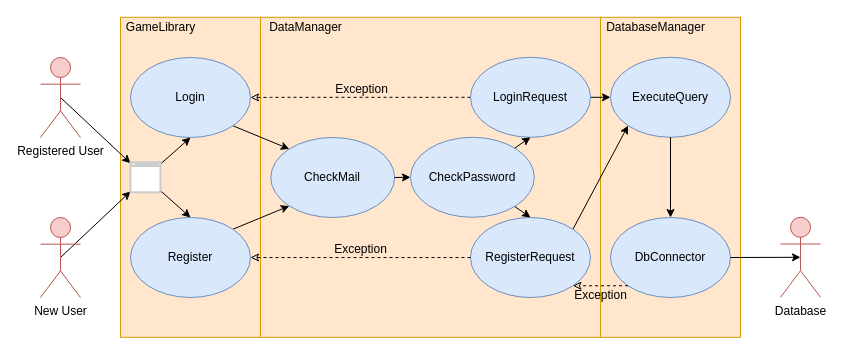
Earlier version of the draw.io diagram page "Login/Register" (1 of 4) of Documentation/Diagrams/SP3_UMLDiagrams.drawio (LouisRichard/GameLibrary). Source tidied: cells renumbered, new cells numbered last; positions are measured from the earlier drawing's top-left corner, leaving out a move shared by most shapes. Both pictures are drawn from the tidied source at 100%, with x=0, y=0 at pixel (40, 17).
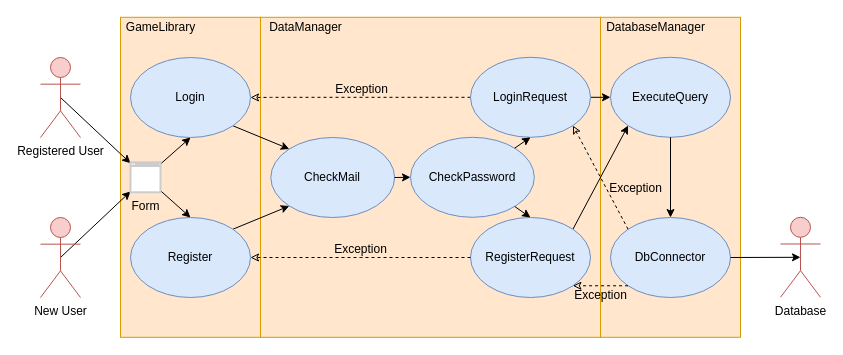
The same page after the edit.

The change refers to these unchanged cells:
```xml
<mxCell id="7" value="DbConnector" style="ellipse;whiteSpace=wrap;html=1;fillColor=#dae8fc;strokeColor=#6c8ebf;" parent="4" vertex="1">
  <mxGeometry x="10" y="200.2" width="120" height="80" as="geometry" />
</mxCell>
<mxCell id="28" value="LoginRequest" style="ellipse;whiteSpace=wrap;html=1;fillColor=#dae8fc;strokeColor=#6c8ebf;" parent="1" vertex="1">
  <mxGeometry x="430" y="39.8" width="120" height="80" as="geometry" />
</mxCell>
```

The edit, as a diff of the source:
```diff
@@
-    <mxCell id="40" style="html=1;verticalLabelPosition=bottom;align=center;labelBackgroundColor=#ffffff;verticalAlign=top;strokeWidth=2;strokeColor=#CCCCCC;shadow=0;dashed=0;shape=mxgraph.ios7.icons.window;" parent="1" vertex="1">
+    <mxCell id="40" value="Form" style="html=1;verticalLabelPosition=bottom;align=center;labelBackgroundColor=none;verticalAlign=top;strokeWidth=2;strokeColor=#CCCCCC;shadow=0;dashed=0;shape=mxgraph.ios7.icons.window;fillColor=#ffffff;" parent="1" vertex="1">
       <mxGeometry x="90" y="144.8" width="30" height="30" as="geometry" />
     </mxCell>
+    <mxCell id="41" style="edgeStyle=none;jettySize=auto;html=1;exitX=0;exitY=0;exitDx=0;exitDy=0;entryX=1;entryY=1;entryDx=0;entryDy=0;startArrow=none;startFill=0;endArrow=classic;endFill=0;rounded=1;dashed=1;" parent="1" edge="1" source="7" target="28">
+      <mxGeometry relative="1" as="geometry" />
+    </mxCell>
+    <mxCell id="42" value="Exception" style="text;html=1;align=center;verticalAlign=middle;labelBackgroundColor=none;" parent="41" vertex="1">
+      <mxGeometry x="0.29" y="-1" relative="1" as="geometry">
+        <mxPoint x="41.7" y="26" as="offset" />
+      </mxGeometry>
+    </mxCell>
```
